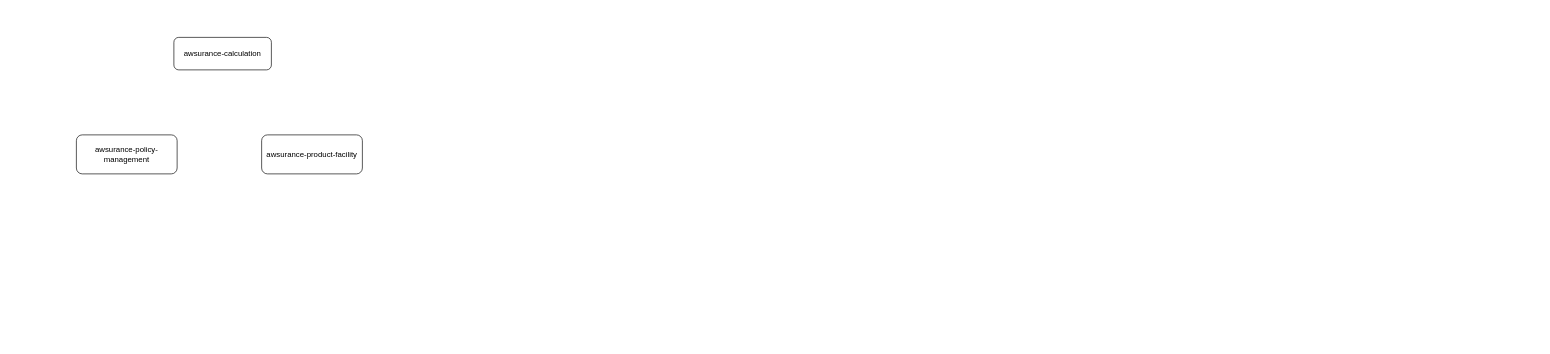
danielang2020/awsurance keeps this draw.io diagram as awsurance.drawio. Above is the earlier version. Source tidied: cells renumbered, new cells numbered last; positions are measured from the earlier drawing's top-left corner, leaving out a move shared by most shapes. Both pictures are drawn from the tidied source at 65%, with x=0, y=0 at pixel (76, 37).
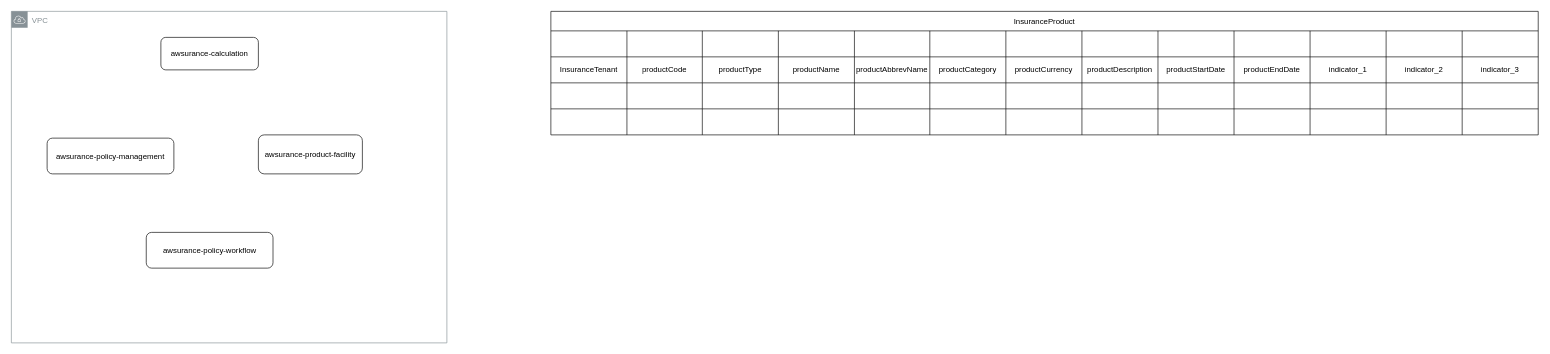
Above is the later version.

The edit, as a diff of the source:
```diff
@@
+    <mxCell id="5" value="VPC" style="sketch=0;gradientColor=none;html=1;whiteSpace=wrap;fontSize=12;fontStyle=0;shape=mxgraph.aws4.group;grIcon=mxgraph.aws4.group_vpc;strokeColor=#879196;fillColor=none;verticalAlign=top;align=left;spacingLeft=30;fontColor=#879196;dashed=0;" parent="1" vertex="1">
+      <mxGeometry x="-100" y="-40" width="670" height="510" as="geometry" />
+    </mxCell>
     <mxCell id="2" value="awsurance-product-facility" style="rounded=1;whiteSpace=wrap;html=1;" parent="1" vertex="1">
-      <mxGeometry x="285" y="150" width="155" height="60" as="geometry" />
+      <mxGeometry x="280" y="150" width="160" height="60" as="geometry" />
     </mxCell>
     <mxCell id="3" value="awsurance-policy-management" style="rounded=1;whiteSpace=wrap;html=1;" parent="1" vertex="1">
-      <mxGeometry y="150" width="155" height="60" as="geometry" />
+      <mxGeometry x="-45" y="155" width="195" height="55" as="geometry" />
     </mxCell>
     <mxCell id="4" value="awsurance-calculation" style="rounded=1;whiteSpace=wrap;html=1;" parent="1" vertex="1">
-      <mxGeometry x="150" width="150" height="50" as="geometry" />
+      <mxGeometry x="130" width="150" height="50" as="geometry" />
     </mxCell>
+    <mxCell id="6" value="awsurance-policy-workflow" style="rounded=1;whiteSpace=wrap;html=1;" parent="1" vertex="1">
+      <mxGeometry x="107.5" y="300" width="195" height="55" as="geometry" />
+    </mxCell>
+    <mxCell id="7" value="InsuranceProduct" style="shape=table;startSize=30;childLayout=tableLayout;" parent="1" vertex="1">
+      <mxGeometry x="730" y="-40" width="1519" height="190" as="geometry" />
+    </mxCell>
+    <mxCell id="8" style="shape=tableRow;horizontal=0;startSize=0;swimlaneHead=0;swimlaneBody=0;strokeColor=inherit;top=0;left=0;bottom=0;right=0;fillColor=none;" parent="7" vertex="1">
+      <mxGeometry y="30" width="1519" height="40" as="geometry" />
+    </mxCell>
+    <mxCell id="9" style="shape=partialRectangle;html=1;whiteSpace=wrap;strokeColor=inherit;overflow=hidden;fillColor=none;top=0;left=0;bottom=0;right=0;" parent="8" vertex="1">
+      <mxGeometry width="117" height="40" as="geometry" />
+    </mxCell>
+    <mxCell id="10" style="shape=partialRectangle;html=1;whiteSpace=wrap;strokeColor=inherit;overflow=hidden;fillColor=none;top=0;left=0;bottom=0;right=0;" parent="8" vertex="1">
+      <mxGeometry x="117" width="116" height="40" as="geometry" />
+    </mxCell>
+    <mxCell id="11" style="shape=partialRectangle;html=1;whiteSpace=wrap;strokeColor=inherit;overflow=hidden;fillColor=none;top=0;left=0;bottom=0;right=0;" parent="8" vertex="1">
+      <mxGeometry x="233" width="117" height="40" as="geometry" />
+    </mxCell>
+    <mxCell id="12" style="shape=partialRectangle;html=1;whiteSpace=wrap;strokeColor=inherit;overflow=hidden;fillColor=none;top=0;left=0;bottom=0;right=0;" parent="8" vertex="1">
+      <mxGeometry x="350" width="117" height="40" as="geometry" />
+    </mxCell>
+    <mxCell id="13" style="shape=partialRectangle;html=1;whiteSpace=wrap;strokeColor=inherit;overflow=hidden;fillColor=none;top=0;left=0;bottom=0;right=0;" parent="8" vertex="1">
+      <mxGeometry x="467" width="116" height="40" as="geometry" />
+    </mxCell>
+    <mxCell id="14" style="shape=partialRectangle;html=1;whiteSpace=wrap;strokeColor=inherit;overflow=hidden;fillColor=none;top=0;left=0;bottom=0;right=0;" parent="8" vertex="1">
+      <mxGeometry x="583" width="117" height="40" as="geometry" />
+    </mxCell>
+    <mxCell id="15" style="shape=partialRectangle;html=1;whiteSpace=wrap;strokeColor=inherit;overflow=hidden;fillColor=none;top=0;left=0;bottom=0;right=0;" parent="8" vertex="1">
+      <mxGeometry x="700" width="117" height="40" as="geometry" />
+    </mxCell>
+    <mxCell id="16" style="shape=partialRectangle;html=1;whiteSpace=wrap;strokeColor=inherit;overflow=hidden;fillColor=none;top=0;left=0;bottom=0;right=0;" parent="8" vertex="1">
+      <mxGeometry x="817" width="117" height="40" as="geometry" />
+    </mxCell>
+    <mxCell id="17" style="shape=partialRectangle;html=1;whiteSpace=wrap;strokeColor=inherit;overflow=hidden;fillColor=none;top=0;left=0;bottom=0;right=0;" parent="8" vertex="1">
+      <mxGeometry x="934" width="117" height="40" as="geometry" />
+    </mxCell>
+    <mxCell id="18" style="shape=partialRectangle;html=1;whiteSpace=wrap;strokeColor=inherit;overflow=hidden;fillColor=none;top=0;left=0;bottom=0;right=0;" parent="8" vertex="1">
+      <mxGeometry x="1051" width="117" height="40" as="geometry" />
+    </mxCell>
+    <mxCell id="19" style="shape=partialRectangle;html=1;whiteSpace=wrap;strokeColor=inherit;overflow=hidden;fillColor=none;top=0;left=0;bottom=0;right=0;" parent="8" vertex="1">
+      <mxGeometry x="1168" width="117" height="40" as="geometry" />
+    </mxCell>
+    <mxCell id="20" style="shape=partialRectangle;html=1;whiteSpace=wrap;strokeColor=inherit;overflow=hidden;fillColor=none;top=0;left=0;bottom=0;right=0;" parent="8" vertex="1">
+      <mxGeometry x="1285" width="117" height="40" as="geometry" />
+    </mxCell>
+    <mxCell id="21" style="shape=partialRectangle;html=1;whiteSpace=wrap;strokeColor=inherit;overflow=hidden;fillColor=none;top=0;left=0;bottom=0;right=0;" parent="8" vertex="1">
+      <mxGeometry x="1402" width="117" height="40" as="geometry" />
+    </mxCell>
+    <mxCell id="22" style="shape=tableRow;horizontal=0;startSize=0;swimlaneHead=0;swimlaneBody=0;strokeColor=inherit;top=0;left=0;bottom=0;right=0;fillColor=none;" parent="7" vertex="1">
+      <mxGeometry y="70" width="1519" height="40" as="geometry" />
+    </mxCell>
+    <mxCell id="23" value="InsuranceTenant" style="shape=partialRectangle;html=1;whiteSpace=wrap;strokeColor=inherit;overflow=hidden;fillColor=none;top=0;left=0;bottom=0;right=0;" parent="22" vertex="1">
+      <mxGeometry width="117" height="40" as="geometry" />
+    </mxCell>
+    <mxCell id="24" value="productCode" style="shape=partialRectangle;html=1;whiteSpace=wrap;strokeColor=inherit;overflow=hidden;fillColor=none;top=0;left=0;bottom=0;right=0;" parent="22" vertex="1">
+      <mxGeometry x="117" width="116" height="40" as="geometry" />
+    </mxCell>
+    <mxCell id="25" value="productType" style="shape=partialRectangle;html=1;whiteSpace=wrap;strokeColor=inherit;overflow=hidden;fillColor=none;top=0;left=0;bottom=0;right=0;" parent="22" vertex="1">
+      <mxGeometry x="233" width="117" height="40" as="geometry" />
+    </mxCell>
+    <mxCell id="26" value="productName" style="shape=partialRectangle;html=1;whiteSpace=wrap;strokeColor=inherit;overflow=hidden;fillColor=none;top=0;left=0;bottom=0;right=0;" parent="22" vertex="1">
+      <mxGeometry x="350" width="117" height="40" as="geometry" />
+    </mxCell>
+    <mxCell id="27" value="productAbbrevName" style="shape=partialRectangle;html=1;whiteSpace=wrap;strokeColor=inherit;overflow=hidden;fillColor=none;top=0;left=0;bottom=0;right=0;" parent="22" vertex="1">
+      <mxGeometry x="467" width="116" height="40" as="geometry" />
+    </mxCell>
+    <mxCell id="28" value="productCategory" style="shape=partialRectangle;html=1;whiteSpace=wrap;strokeColor=inherit;overflow=hidden;fillColor=none;top=0;left=0;bottom=0;right=0;" parent="22" vertex="1">
+      <mxGeometry x="583" width="117" height="40" as="geometry" />
+    </mxCell>
+    <mxCell id="29" value="productCurrency" style="shape=partialRectangle;html=1;whiteSpace=wrap;strokeColor=inherit;overflow=hidden;fillColor=none;top=0;left=0;bottom=0;right=0;" parent="22" vertex="1">
+      <mxGeometry x="700" width="117" height="40" as="geometry" />
+    </mxCell>
+    <mxCell id="30" value="productDescription" style="shape=partialRectangle;html=1;whiteSpace=wrap;strokeColor=inherit;overflow=hidden;fillColor=none;top=0;left=0;bottom=0;right=0;" parent="22" vertex="1">
+      <mxGeometry x="817" width="117" height="40" as="geometry" />
+    </mxCell>
+    <mxCell id="31" value="productStartDate" style="shape=partialRectangle;html=1;whiteSpace=wrap;strokeColor=inherit;overflow=hidden;fillColor=none;top=0;left=0;bottom=0;right=0;" parent="22" vertex="1">
+      <mxGeometry x="934" width="117" height="40" as="geometry" />
+    </mxCell>
+    <mxCell id="32" value="productEndDate" style="shape=partialRectangle;html=1;whiteSpace=wrap;strokeColor=inherit;overflow=hidden;fillColor=none;top=0;left=0;bottom=0;right=0;" parent="22" vertex="1">
+      <mxGeometry x="1051" width="117" height="40" as="geometry" />
+    </mxCell>
+    <mxCell id="33" value="indicator_1" style="shape=partialRectangle;html=1;whiteSpace=wrap;strokeColor=inherit;overflow=hidden;fillColor=none;top=0;left=0;bottom=0;right=0;" parent="22" vertex="1">
+      <mxGeometry x="1168" width="117" height="40" as="geometry" />
+    </mxCell>
+    <mxCell id="34" value="indicator_2" style="shape=partialRectangle;html=1;whiteSpace=wrap;strokeColor=inherit;overflow=hidden;fillColor=none;top=0;left=0;bottom=0;right=0;" parent="22" vertex="1">
+      <mxGeometry x="1285" width="117" height="40" as="geometry" />
+    </mxCell>
+    <mxCell id="35" value="indicator_3" style="shape=partialRectangle;html=1;whiteSpace=wrap;strokeColor=inherit;overflow=hidden;fillColor=none;top=0;left=0;bottom=0;right=0;" parent="22" vertex="1">
+      <mxGeometry x="1402" width="117" height="40" as="geometry" />
+    </mxCell>
+    <mxCell id="36" style="shape=tableRow;horizontal=0;startSize=0;swimlaneHead=0;swimlaneBody=0;strokeColor=inherit;top=0;left=0;bottom=0;right=0;fillColor=none;" parent="7" vertex="1">
+      <mxGeometry y="110" width="1519" height="40" as="geometry" />
+    </mxCell>
+    <mxCell id="37" style="shape=partialRectangle;html=1;whiteSpace=wrap;strokeColor=inherit;overflow=hidden;fillColor=none;top=0;left=0;bottom=0;right=0;" parent="36" vertex="1">
+      <mxGeometry width="117" height="40" as="geometry" />
+    </mxCell>
+    <mxCell id="38" style="shape=partialRectangle;html=1;whiteSpace=wrap;strokeColor=inherit;overflow=hidden;fillColor=none;top=0;left=0;bottom=0;right=0;" parent="36" vertex="1">
+      <mxGeometry x="117" width="116" height="40" as="geometry" />
+    </mxCell>
+    <mxCell id="39" style="shape=partialRectangle;html=1;whiteSpace=wrap;strokeColor=inherit;overflow=hidden;fillColor=none;top=0;left=0;bottom=0;right=0;" parent="36" vertex="1">
+      <mxGeometry x="233" width="117" height="40" as="geometry" />
+    </mxCell>
+    <mxCell id="40" style="shape=partialRectangle;html=1;whiteSpace=wrap;strokeColor=inherit;overflow=hidden;fillColor=none;top=0;left=0;bottom=0;right=0;" parent="36" vertex="1">
+      <mxGeometry x="350" width="117" height="40" as="geometry" />
+    </mxCell>
+    <mxCell id="41" style="shape=partialRectangle;html=1;whiteSpace=wrap;strokeColor=inherit;overflow=hidden;fillColor=none;top=0;left=0;bottom=0;right=0;" parent="36" vertex="1">
+      <mxGeometry x="467" width="116" height="40" as="geometry" />
+    </mxCell>
+    <mxCell id="42" style="shape=partialRectangle;html=1;whiteSpace=wrap;strokeColor=inherit;overflow=hidden;fillColor=none;top=0;left=0;bottom=0;right=0;" parent="36" vertex="1">
+      <mxGeometry x="583" width="117" height="40" as="geometry" />
+    </mxCell>
+    <mxCell id="43" style="shape=partialRectangle;html=1;whiteSpace=wrap;strokeColor=inherit;overflow=hidden;fillColor=none;top=0;left=0;bottom=0;right=0;" parent="36" vertex="1">
+      <mxGeometry x="700" width="117" height="40" as="geometry" />
+    </mxCell>
+    <mxCell id="44" style="shape=partialRectangle;html=1;whiteSpace=wrap;strokeColor=inherit;overflow=hidden;fillColor=none;top=0;left=0;bottom=0;right=0;" parent="36" vertex="1">
+      <mxGeometry x="817" width="117" height="40" as="geometry" />
+    </mxCell>
+    <mxCell id="45" style="shape=partialRectangle;html=1;whiteSpace=wrap;strokeColor=inherit;overflow=hidden;fillColor=none;top=0;left=0;bottom=0;right=0;" parent="36" vertex="1">
+      <mxGeometry x="934" width="117" height="40" as="geometry" />
+    </mxCell>
+    <mxCell id="46" style="shape=partialRectangle;html=1;whiteSpace=wrap;strokeColor=inherit;overflow=hidden;fillColor=none;top=0;left=0;bottom=0;right=0;" parent="36" vertex="1">
+      <mxGeometry x="1051" width="117" height="40" as="geometry" />
+    </mxCell>
+    <mxCell id="47" style="shape=partialRectangle;html=1;whiteSpace=wrap;strokeColor=inherit;overflow=hidden;fillColor=none;top=0;left=0;bottom=0;right=0;" parent="36" vertex="1">
+      <mxGeometry x="1168" width="117" height="40" as="geometry" />
+    </mxCell>
+    <mxCell id="48" style="shape=partialRectangle;html=1;whiteSpace=wrap;strokeColor=inherit;overflow=hidden;fillColor=none;top=0;left=0;bottom=0;right=0;" parent="36" vertex="1">
+      <mxGeometry x="1285" width="117" height="40" as="geometry" />
+    </mxCell>
+    <mxCell id="49" style="shape=partialRectangle;html=1;whiteSpace=wrap;strokeColor=inherit;overflow=hidden;fillColor=none;top=0;left=0;bottom=0;right=0;" parent="36" vertex="1">
+      <mxGeometry x="1402" width="117" height="40" as="geometry" />
+    </mxCell>
+    <mxCell id="50" style="shape=tableRow;horizontal=0;startSize=0;swimlaneHead=0;swimlaneBody=0;strokeColor=inherit;top=0;left=0;bottom=0;right=0;fillColor=none;" parent="7" vertex="1">
+      <mxGeometry y="150" width="1519" height="40" as="geometry" />
+    </mxCell>
+    <mxCell id="51" style="shape=partialRectangle;html=1;whiteSpace=wrap;strokeColor=inherit;overflow=hidden;fillColor=none;top=0;left=0;bottom=0;right=0;" parent="50" vertex="1">
+      <mxGeometry width="117" height="40" as="geometry" />
+    </mxCell>
+    <mxCell id="52" style="shape=partialRectangle;html=1;whiteSpace=wrap;strokeColor=inherit;overflow=hidden;fillColor=none;top=0;left=0;bottom=0;right=0;" parent="50" vertex="1">
+      <mxGeometry x="117" width="116" height="40" as="geometry" />
+    </mxCell>
+    <mxCell id="53" style="shape=partialRectangle;html=1;whiteSpace=wrap;strokeColor=inherit;overflow=hidden;fillColor=none;top=0;left=0;bottom=0;right=0;" parent="50" vertex="1">
+      <mxGeometry x="233" width="117" height="40" as="geometry" />
+    </mxCell>
+    <mxCell id="54" style="shape=partialRectangle;html=1;whiteSpace=wrap;strokeColor=inherit;overflow=hidden;fillColor=none;top=0;left=0;bottom=0;right=0;" parent="50" vertex="1">
+      <mxGeometry x="350" width="117" height="40" as="geometry" />
+    </mxCell>
+    <mxCell id="55" style="shape=partialRectangle;html=1;whiteSpace=wrap;strokeColor=inherit;overflow=hidden;fillColor=none;top=0;left=0;bottom=0;right=0;" parent="50" vertex="1">
+      <mxGeometry x="467" width="116" height="40" as="geometry" />
+    </mxCell>
+    <mxCell id="56" style="shape=partialRectangle;html=1;whiteSpace=wrap;strokeColor=inherit;overflow=hidden;fillColor=none;top=0;left=0;bottom=0;right=0;" parent="50" vertex="1">
+      <mxGeometry x="583" width="117" height="40" as="geometry" />
+    </mxCell>
+    <mxCell id="57" style="shape=partialRectangle;html=1;whiteSpace=wrap;strokeColor=inherit;overflow=hidden;fillColor=none;top=0;left=0;bottom=0;right=0;" parent="50" vertex="1">
+      <mxGeometry x="700" width="117" height="40" as="geometry" />
+    </mxCell>
+    <mxCell id="58" style="shape=partialRectangle;html=1;whiteSpace=wrap;strokeColor=inherit;overflow=hidden;fillColor=none;top=0;left=0;bottom=0;right=0;" parent="50" vertex="1">
+      <mxGeometry x="817" width="117" height="40" as="geometry" />
+    </mxCell>
+    <mxCell id="59" style="shape=partialRectangle;html=1;whiteSpace=wrap;strokeColor=inherit;overflow=hidden;fillColor=none;top=0;left=0;bottom=0;right=0;" parent="50" vertex="1">
+      <mxGeometry x="934" width="117" height="40" as="geometry" />
+    </mxCell>
+    <mxCell id="60" style="shape=partialRectangle;html=1;whiteSpace=wrap;strokeColor=inherit;overflow=hidden;fillColor=none;top=0;left=0;bottom=0;right=0;" parent="50" vertex="1">
+      <mxGeometry x="1051" width="117" height="40" as="geometry" />
+    </mxCell>
+    <mxCell id="61" style="shape=partialRectangle;html=1;whiteSpace=wrap;strokeColor=inherit;overflow=hidden;fillColor=none;top=0;left=0;bottom=0;right=0;" parent="50" vertex="1">
+      <mxGeometry x="1168" width="117" height="40" as="geometry" />
+    </mxCell>
+    <mxCell id="62" style="shape=partialRectangle;html=1;whiteSpace=wrap;strokeColor=inherit;overflow=hidden;fillColor=none;top=0;left=0;bottom=0;right=0;" parent="50" vertex="1">
+      <mxGeometry x="1285" width="117" height="40" as="geometry" />
+    </mxCell>
+    <mxCell id="63" style="shape=partialRectangle;html=1;whiteSpace=wrap;strokeColor=inherit;overflow=hidden;fillColor=none;top=0;left=0;bottom=0;right=0;" parent="50" vertex="1">
+      <mxGeometry x="1402" width="117" height="40" as="geometry" />
+    </mxCell>
```
